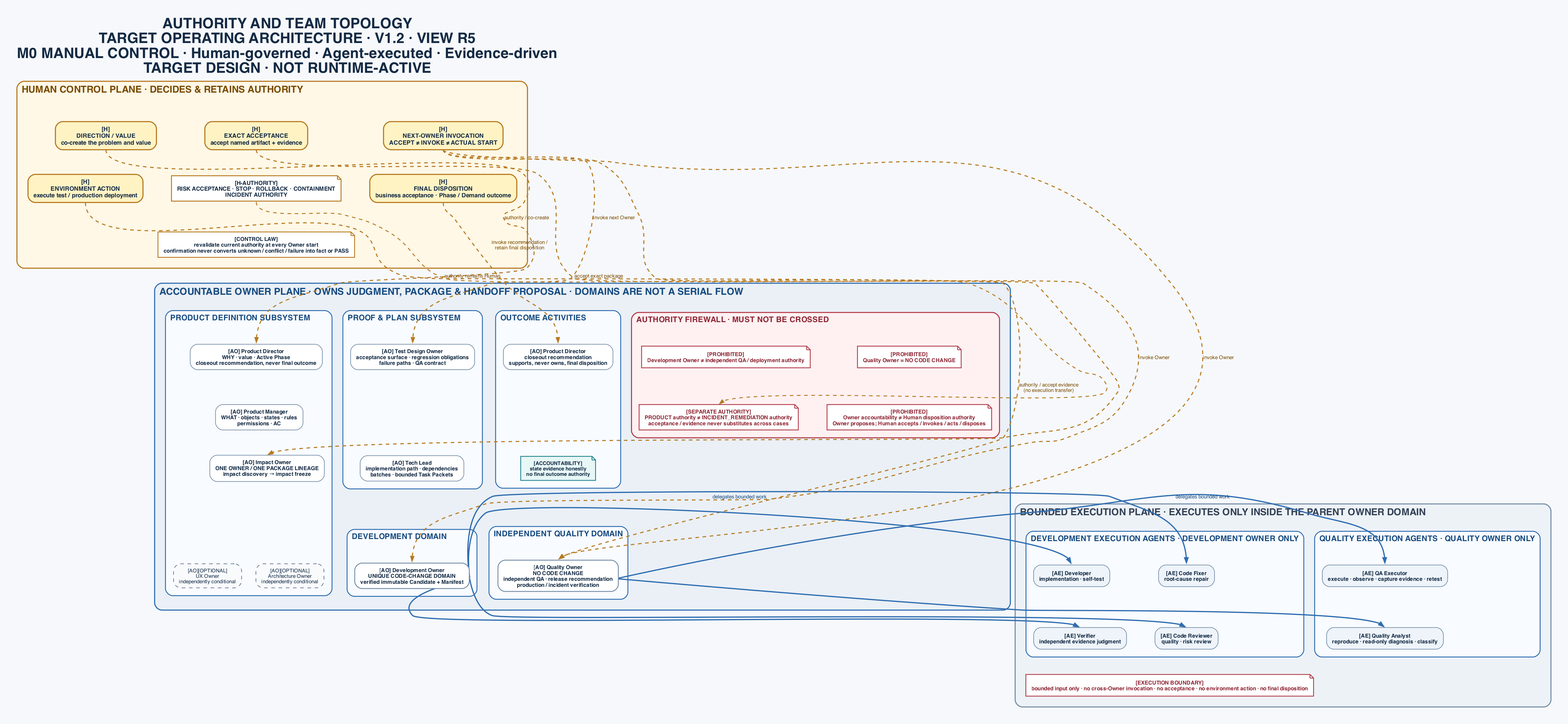
jieli-cqwl/org-claude-skills keeps this Graphviz diagram as docs/superpowers/specs/assets/2026-07-30--one-human-agent-team-operating-architecture-v1.2/authority-and-team-topology.png. Above is the earlier version. Its source is kept beside it as docs/superpowers/specs/assets/2026-07-30--one-human-agent-team-operating-architecture-v1.2/authority-and-team-topology.dot.
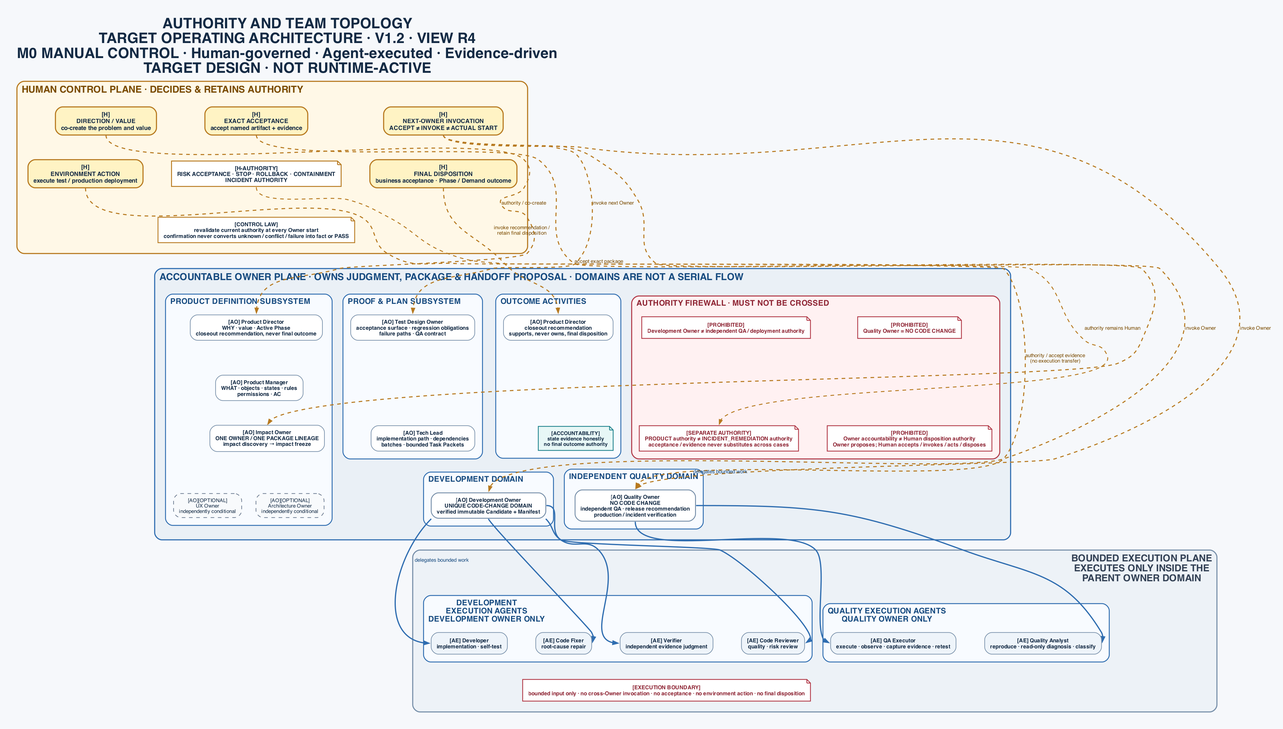
The same diagram one commit later.

Commit message:
docs: clear authority delegation routing

Change to the diagram source:
```diff
@@ -12,7 +12,7 @@
     ranksep="0.56",
     labelloc=t,
     labeljust=l,
-    label="AUTHORITY AND TEAM TOPOLOGY\nTARGET OPERATING ARCHITECTURE · V1.2 · VIEW R5\nM0 MANUAL CONTROL · Human-governed · Agent-executed · Evidence-driven\nTARGET DESIGN · NOT RUNTIME-ACTIVE",
+    label="AUTHORITY AND TEAM TOPOLOGY\nTARGET OPERATING ARCHITECTURE · V1.2 · VIEW R4\nM0 MANUAL CONTROL · Human-governed · Agent-executed · Evidence-driven\nTARGET DESIGN · NOT RUNTIME-ACTIVE",
     fontname="Helvetica-Bold",
     fontsize=24,
     fontcolor="#132A44"
@@ -498,9 +498,9 @@
   }
 
   subgraph cluster_execution_plane {
-    label="BOUNDED EXECUTION PLANE · EXECUTES ONLY INSIDE THE PARENT OWNER DOMAIN";
+    label="BOUNDED EXECUTION PLANE\nEXECUTES ONLY INSIDE THE\nPARENT OWNER DOMAIN";
     labelloc=t;
-    labeljust=l;
+    labeljust=r;
     color="#7890AA";
     fillcolor="#EDF2F7";
     fontname="Helvetica-Bold";
@@ -511,7 +511,7 @@
     margin=18;
 
     subgraph cluster_development_execution {
-      label="DEVELOPMENT EXECUTION AGENTS · DEVELOPMENT OWNER ONLY";
+      label="DEVELOPMENT\nEXECUTION AGENTS\nDEVELOPMENT OWNER ONLY";
       labelloc=t;
       labeljust=l;
       color="#2F6DB0";
@@ -556,37 +556,18 @@
         rank=same;
         developer;
         code_fixer;
-      }
-
-      {
-        rank=same;
         verifier;
         code_reviewer;
       }
 
-      developer -> code_fixer [
+      developer -> code_fixer -> verifier -> code_reviewer [
         style=invis,
         weight=20
       ];
-
-      verifier -> code_reviewer [
-        style=invis,
-        weight=20
-      ];
-
-      developer -> verifier [
-        style=invis,
-        weight=24
-      ];
-
-      code_fixer -> code_reviewer [
-        style=invis,
-        weight=24
-      ];
     }
 
     subgraph cluster_quality_execution {
-      label="QUALITY EXECUTION AGENTS · QUALITY OWNER ONLY";
+      label="QUALITY EXECUTION AGENTS\nQUALITY OWNER ONLY";
       labelloc=t;
       labeljust=l;
       color="#2F6DB0";
@@ -613,11 +594,37 @@
         fontsize=9
       ];
 
+      {
+        rank=same;
+        qa_executor;
+        quality_analyst;
+      }
+
       qa_executor -> quality_analyst [
         style=invis,
         weight=20
       ];
     }
+
+    execution_label_clearance [
+      label="",
+      shape=box,
+      style=invis,
+      width=1.75,
+      height=0.01,
+      fixedsize=true
+    ];
+
+    {
+      rank=same;
+      quality_analyst;
+      execution_label_clearance;
+    }
+
+    quality_analyst -> execution_label_clearance [
+      style=invis,
+      weight=20
+    ];
 
     {
       rank=same;
@@ -761,15 +768,15 @@
   ];
 
   development_owner -> developer [
-    label="delegates bounded work",
+    taillabel="delegates bounded work",
+    labeldistance=7.0,
+    labelangle=55,
     color="#2F6DB0",
     fontcolor="#174B80",
     penwidth=2.0,
     arrowsize=0.8,
-    tailport=s,
-    headport=n,
-    sametail="development_owner_fanout",
-    constraint=false
+    tailport=sw,
+    headport=w
   ];
 
   development_owner -> code_fixer [
@@ -778,9 +785,7 @@
     penwidth=2.0,
     arrowsize=0.8,
     tailport=s,
-    headport=n,
-    sametail="development_owner_fanout",
-    constraint=false
+    headport=e
   ];
 
   development_owner -> verifier [
@@ -788,10 +793,8 @@
     fontcolor="#174B80",
     penwidth=2.0,
     arrowsize=0.8,
-    tailport=s,
-    headport=n,
-    sametail="development_owner_fanout",
-    constraint=false
+    tailport=se,
+    headport=w
   ];
 
   development_owner -> code_reviewer [
@@ -799,32 +802,28 @@
     fontcolor="#174B80",
     penwidth=2.0,
     arrowsize=0.8,
-    tailport=s,
-    headport=n,
-    sametail="development_owner_fanout",
-    constraint=false
+    tailport=e,
+    headport=e
   ];
 
   quality_owner -> qa_executor [
-    label="delegates bounded work",
     color="#2F6DB0",
     fontcolor="#174B80",
     penwidth=2.0,
     arrowsize=0.8,
     tailport=s,
-    headport=n,
-    sametail="quality_owner_fanout",
-    constraint=false
+    headport=w
   ];
 
   quality_owner -> quality_analyst [
+    taillabel="delegates bounded work",
+    labeldistance=7.0,
+    labelangle=55,
     color="#2F6DB0",
     fontcolor="#174B80",
     penwidth=2.0,
     arrowsize=0.8,
-    tailport=s,
-    headport=n,
-    sametail="quality_owner_fanout",
-    constraint=false
+    tailport=e,
+    headport=e
   ];
 }
```
